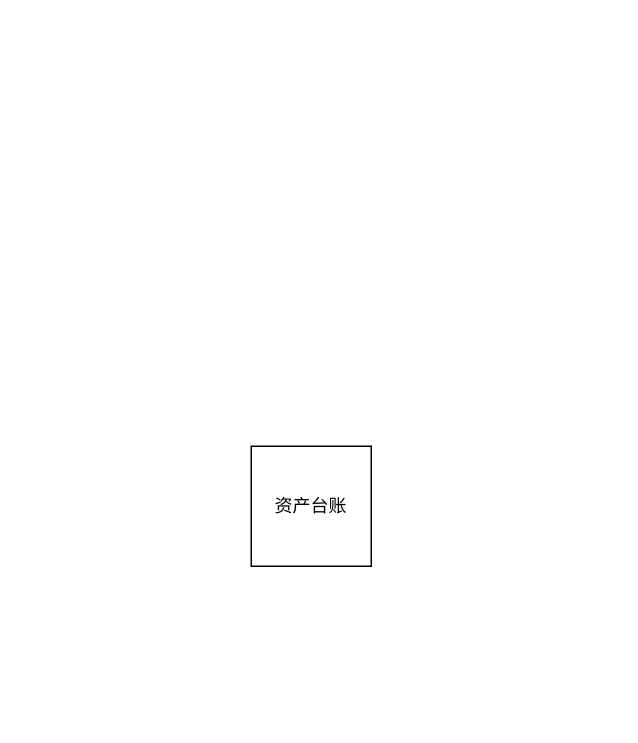
Earlier version of the draw.io diagram 资产未命名绘图.drawio (pbm0802/GitIDEATest). Source tidied: cells renumbered, new cells numbered last; positions are measured from the earlier drawing's top-left corner, leaving out a move shared by most shapes. Both pictures are drawn from the tidied source at 150%, with x=0, y=0 at pixel (250, 446).
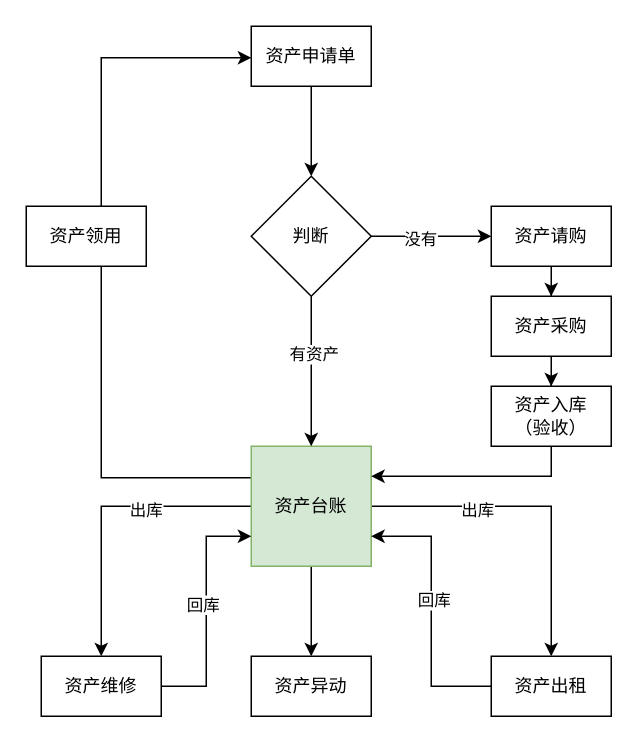
After the change.

Commit message (it also covers changes not shown here):
更新资产未命名绘图.drawio

Change to the diagram source:
```diff
@@
+    <mxCell id="3" style="edgeStyle=orthogonalEdgeStyle;rounded=0;orthogonalLoop=1;jettySize=auto;html=1;exitX=0;exitY=0.5;exitDx=0;exitDy=0;entryX=0;entryY=0.5;entryDx=0;entryDy=0;" parent="1" edge="1">
+      <mxGeometry relative="1" as="geometry">
+        <mxPoint y="21" as="sourcePoint" />
+        <mxPoint y="-259" as="targetPoint" />
+        <Array as="points">
+          <mxPoint x="-100" y="21" />
+          <mxPoint x="-100" y="-259" />
+        </Array>
+      </mxGeometry>
+    </mxCell>
+    <mxCell id="4" style="edgeStyle=orthogonalEdgeStyle;rounded=0;jettySize=auto;html=1;exitX=0.5;exitY=1;exitDx=0;exitDy=0;entryX=0.5;entryY=0;entryDx=0;entryDy=0;" parent="1" edge="1" source="2" target="23">
+      <mxGeometry relative="1" as="geometry" />
+    </mxCell>
+    <mxCell id="5" style="edgeStyle=orthogonalEdgeStyle;rounded=0;jettySize=auto;html=1;exitX=0;exitY=0.5;exitDx=0;exitDy=0;" parent="1" edge="1" source="2" target="26">
+      <mxGeometry relative="1" as="geometry" />
+    </mxCell>
+    <mxCell id="6" value="出库" style="edgeLabel;html=1;align=center;verticalAlign=middle;" parent="5" vertex="1">
+      <mxGeometry x="-0.29" y="2" relative="1" as="geometry" />
+    </mxCell>
+    <mxCell id="7" style="edgeStyle=orthogonalEdgeStyle;rounded=0;jettySize=auto;html=1;exitX=1;exitY=0.5;exitDx=0;exitDy=0;" parent="1" edge="1" source="2" target="29">
+      <mxGeometry relative="1" as="geometry" />
+    </mxCell>
+    <mxCell id="8" value="出库" style="edgeLabel;html=1;align=center;verticalAlign=middle;" parent="7" vertex="1">
+      <mxGeometry x="-0.36" y="-2" relative="1" as="geometry" />
+    </mxCell>
-    <mxCell id="2" value="资产台账" style="whiteSpace=wrap;html=1;" parent="1" vertex="1">
+    <mxCell id="2" value="资产台账" style="whiteSpace=wrap;html=1;fillColor=#d5e8d4;strokeColor=#82b366;" parent="1" vertex="1">
       <mxGeometry width="80" height="80" as="geometry" />
     </mxCell>
+    <mxCell id="9" style="edgeStyle=orthogonalEdgeStyle;rounded=0;jettySize=auto;html=1;exitX=0.5;exitY=1;exitDx=0;exitDy=0;entryX=0.5;entryY=0;entryDx=0;entryDy=0;" parent="1" edge="1" source="10" target="15">
+      <mxGeometry relative="1" as="geometry" />
+    </mxCell>
+    <mxCell id="10" value="资产申请单" style="rounded=0;whiteSpace=wrap;html=1;" parent="1" vertex="1">
+      <mxGeometry y="-280" width="80" height="40" as="geometry" />
+    </mxCell>
+    <mxCell id="11" style="edgeStyle=orthogonalEdgeStyle;rounded=0;jettySize=auto;html=1;exitX=1;exitY=0.5;exitDx=0;exitDy=0;entryX=0;entryY=0.5;entryDx=0;entryDy=0;" parent="1" edge="1" source="15" target="17">
+      <mxGeometry relative="1" as="geometry" />
+    </mxCell>
+    <mxCell id="12" value="没有" style="edgeLabel;html=1;align=center;verticalAlign=middle;" parent="11" vertex="1">
+      <mxGeometry x="-0.21" y="-1" relative="1" as="geometry" />
+    </mxCell>
+    <mxCell id="13" style="edgeStyle=orthogonalEdgeStyle;rounded=0;jettySize=auto;html=1;exitX=0.5;exitY=1;exitDx=0;exitDy=0;entryX=0.5;entryY=0;entryDx=0;entryDy=0;" parent="1" edge="1" source="15" target="2">
+      <mxGeometry relative="1" as="geometry" />
+    </mxCell>
+    <mxCell id="14" value="有资产" style="edgeLabel;html=1;align=center;verticalAlign=middle;" parent="13" vertex="1">
+      <mxGeometry x="-0.24" y="1" relative="1" as="geometry" />
+    </mxCell>
+    <mxCell id="15" value="判断" style="rhombus;whiteSpace=wrap;html=1;" parent="1" vertex="1">
+      <mxGeometry y="-180" width="80" height="80" as="geometry" />
+    </mxCell>
+    <mxCell id="16" style="edgeStyle=orthogonalEdgeStyle;rounded=0;jettySize=auto;html=1;exitX=0.5;exitY=1;exitDx=0;exitDy=0;" parent="1" edge="1" source="17" target="19">
+      <mxGeometry relative="1" as="geometry" />
+    </mxCell>
+    <mxCell id="17" value="资产请购" style="rounded=0;whiteSpace=wrap;html=1;" parent="1" vertex="1">
+      <mxGeometry x="160" y="-160" width="80" height="40" as="geometry" />
+    </mxCell>
+    <mxCell id="18" style="edgeStyle=orthogonalEdgeStyle;rounded=0;jettySize=auto;html=1;exitX=0.5;exitY=1;exitDx=0;exitDy=0;" parent="1" edge="1" source="19" target="21">
+      <mxGeometry relative="1" as="geometry" />
+    </mxCell>
+    <mxCell id="19" value="资产采购" style="rounded=0;whiteSpace=wrap;html=1;" parent="1" vertex="1">
+      <mxGeometry x="160" y="-100" width="80" height="40" as="geometry" />
+    </mxCell>
+    <mxCell id="20" style="edgeStyle=orthogonalEdgeStyle;rounded=0;jettySize=auto;html=1;exitX=0.5;exitY=1;exitDx=0;exitDy=0;" parent="1" edge="1" source="21" target="2">
+      <mxGeometry relative="1" as="geometry">
+        <Array as="points">
+          <mxPoint x="200" y="20" />
+        </Array>
+      </mxGeometry>
+    </mxCell>
+    <mxCell id="21" value="资产入库&lt;div&gt;（验收）&lt;/div&gt;" style="rounded=0;whiteSpace=wrap;html=1;" parent="1" vertex="1">
+      <mxGeometry x="160" y="-40" width="80" height="40" as="geometry" />
+    </mxCell>
+    <mxCell id="22" value="资产领用" style="rounded=0;whiteSpace=wrap;html=1;" parent="1" vertex="1">
+      <mxGeometry x="-150" y="-160" width="80" height="40" as="geometry" />
+    </mxCell>
+    <mxCell id="23" value="资产异动" style="rounded=0;whiteSpace=wrap;html=1;" parent="1" vertex="1">
+      <mxGeometry y="140" width="80" height="40" as="geometry" />
+    </mxCell>
+    <mxCell id="24" style="edgeStyle=orthogonalEdgeStyle;rounded=0;jettySize=auto;html=1;exitX=1;exitY=0.5;exitDx=0;exitDy=0;entryX=0;entryY=0.75;entryDx=0;entryDy=0;" parent="1" edge="1" source="26" target="2">
+      <mxGeometry relative="1" as="geometry" />
+    </mxCell>
+    <mxCell id="25" value="回库" style="edgeLabel;html=1;align=center;verticalAlign=middle;" parent="24" vertex="1">
+      <mxGeometry x="0.06" y="3" relative="1" as="geometry" />
+    </mxCell>
+    <mxCell id="26" value="资产维修" style="rounded=0;whiteSpace=wrap;html=1;" parent="1" vertex="1">
+      <mxGeometry x="-140" y="140" width="80" height="40" as="geometry" />
+    </mxCell>
+    <mxCell id="27" style="edgeStyle=orthogonalEdgeStyle;rounded=0;jettySize=auto;html=1;exitX=0;exitY=0.5;exitDx=0;exitDy=0;entryX=1;entryY=0.75;entryDx=0;entryDy=0;" parent="1" edge="1" source="29" target="2">
+      <mxGeometry relative="1" as="geometry" />
+    </mxCell>
+    <mxCell id="28" value="回库" style="edgeLabel;html=1;align=center;verticalAlign=middle;" parent="27" vertex="1">
+      <mxGeometry x="0.09" y="-1" relative="1" as="geometry" />
+    </mxCell>
+    <mxCell id="29" value="资产出租" style="rounded=0;whiteSpace=wrap;html=1;" parent="1" vertex="1">
+      <mxGeometry x="160" y="140" width="80" height="40" as="geometry" />
+    </mxCell>
```
